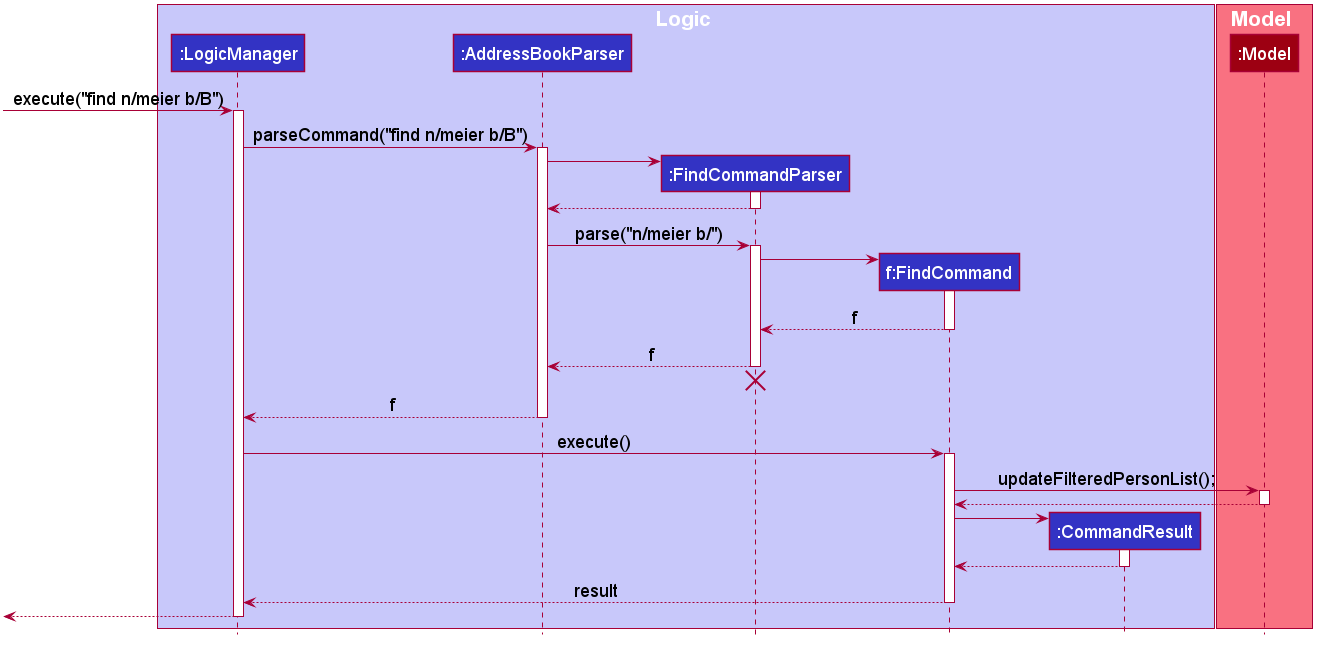
The PlantUML diagram docs/images/FindSequenceDiagram.png in yanchenglee98/tp, before a commit.
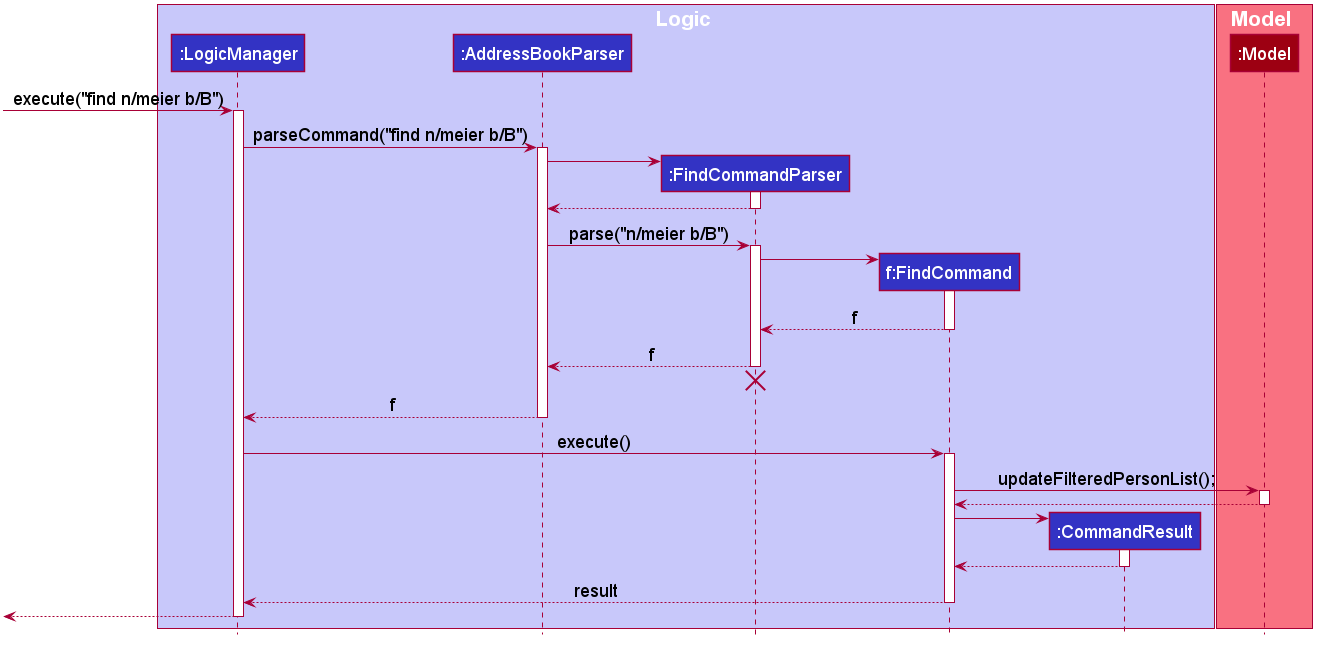
After the commit.

Commit message:
Correct sequence image mistake

Change to the diagram source:
```diff
@@ -79,7 +79,7 @@
 FindCommandParser --> AddressBookParser
 deactivate FindCommandParser
 
-AddressBookParser -> FindCommandParser : parse("n/meier b/")
+AddressBookParser -> FindCommandParser : parse("n/meier b/B")
 activate FindCommandParser
 
 create FindCommand
```
